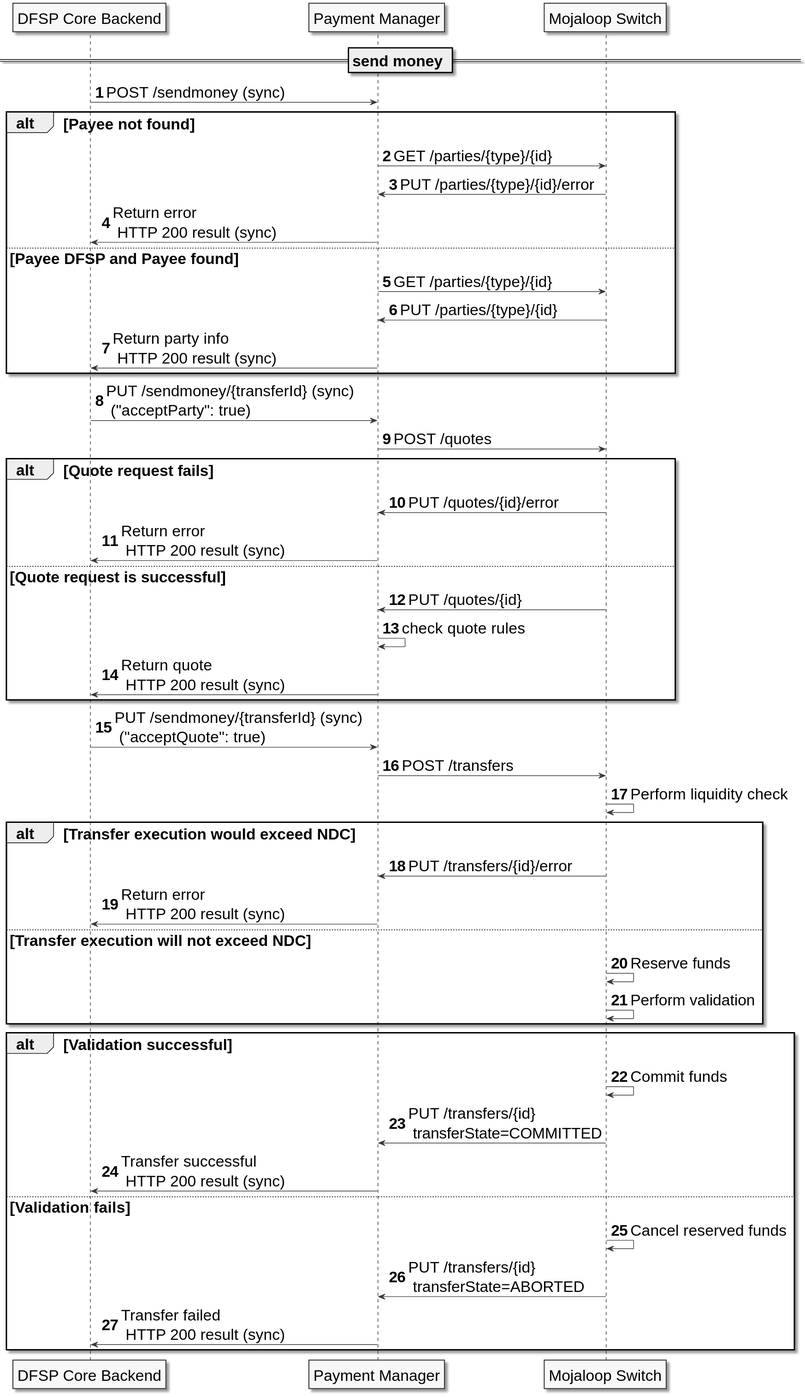
Above: modules/api_integration/images/PM4ML_transfer_flow_payer_multistage.svg in pm4ml/documents (PlantUML), before the change.
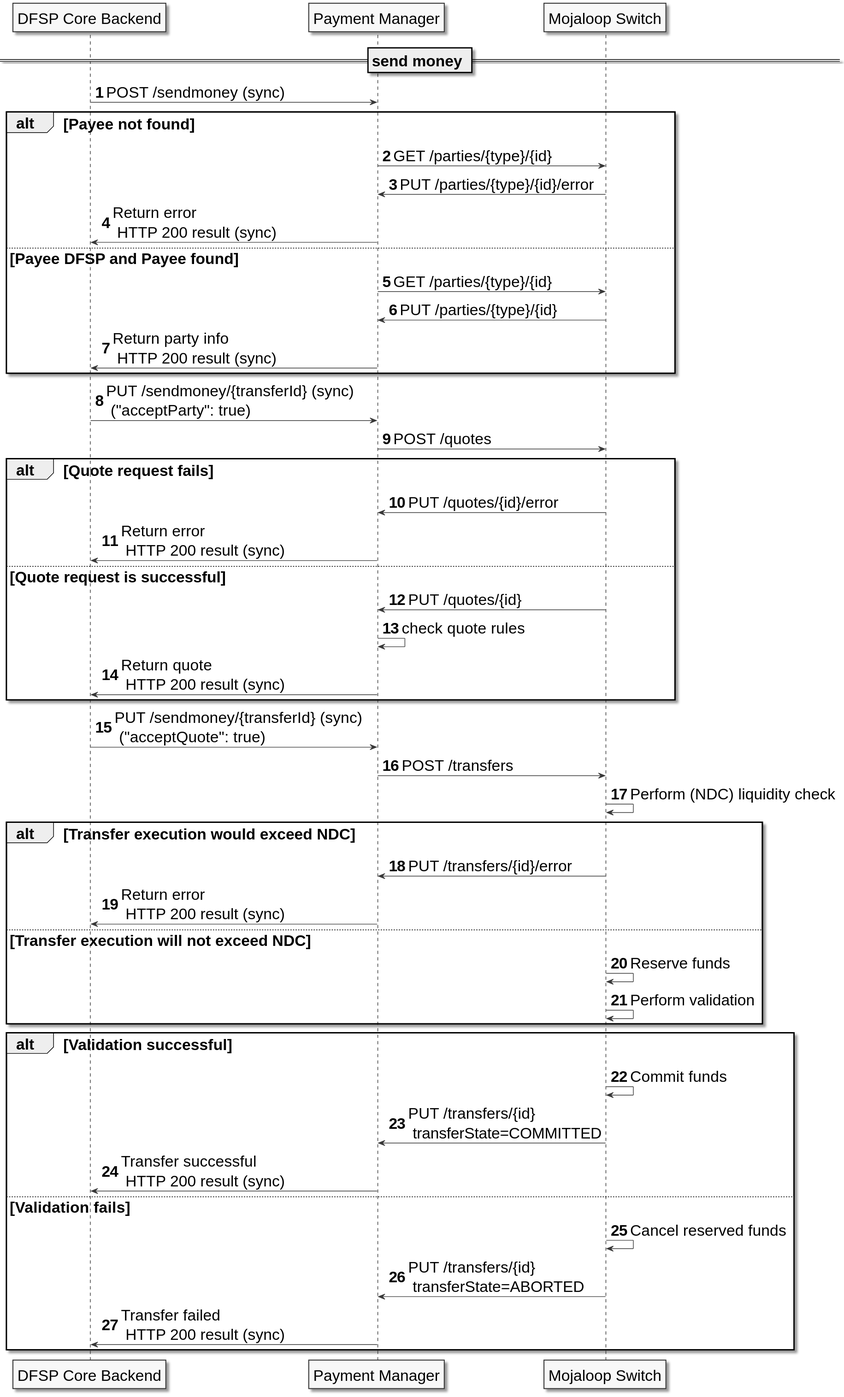
After the commit.

Diff of the diagram source:
```diff
@@ -39,7 +39,7 @@
     end
     backend -> sob: PUT /sendmoney/{transferId} (sync) \n ("acceptQuote": true)
     sob -> sw: POST /transfers
-    sw -> sw: Perform liquidity check
+    sw -> sw: Perform (NDC) liquidity check
     alt Transfer execution would exceed NDC
     sw -> sob: PUT /transfers/{id}/error
     sob -> backend: Return error \n HTTP 200 result (sync)
```
